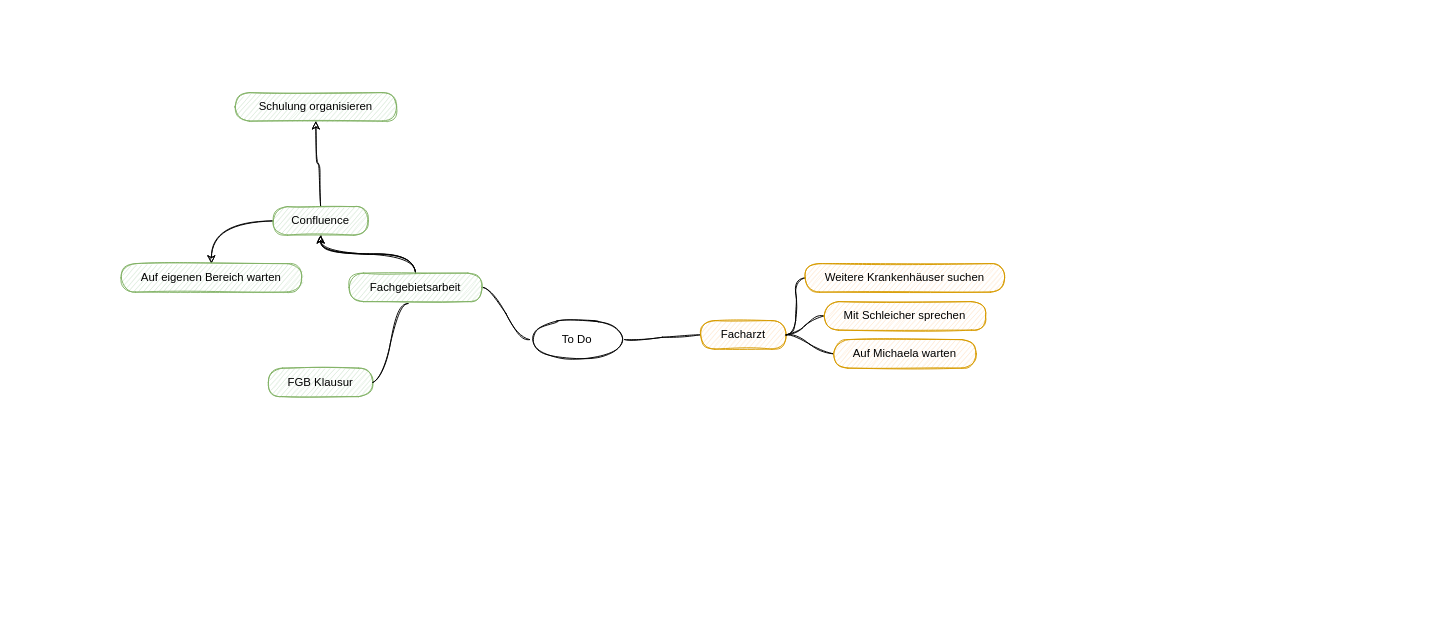
The draw.io diagram drawio/todo.drawio in jakobschumacher/graphs, before the edit. Source tidied: cells renumbered, new cells numbered last; positions are measured from the earlier drawing's top-left corner, leaving out a move shared by most shapes. Both pictures are drawn from the tidied source at 95%, with x=0, y=0 at pixel (121, 92).
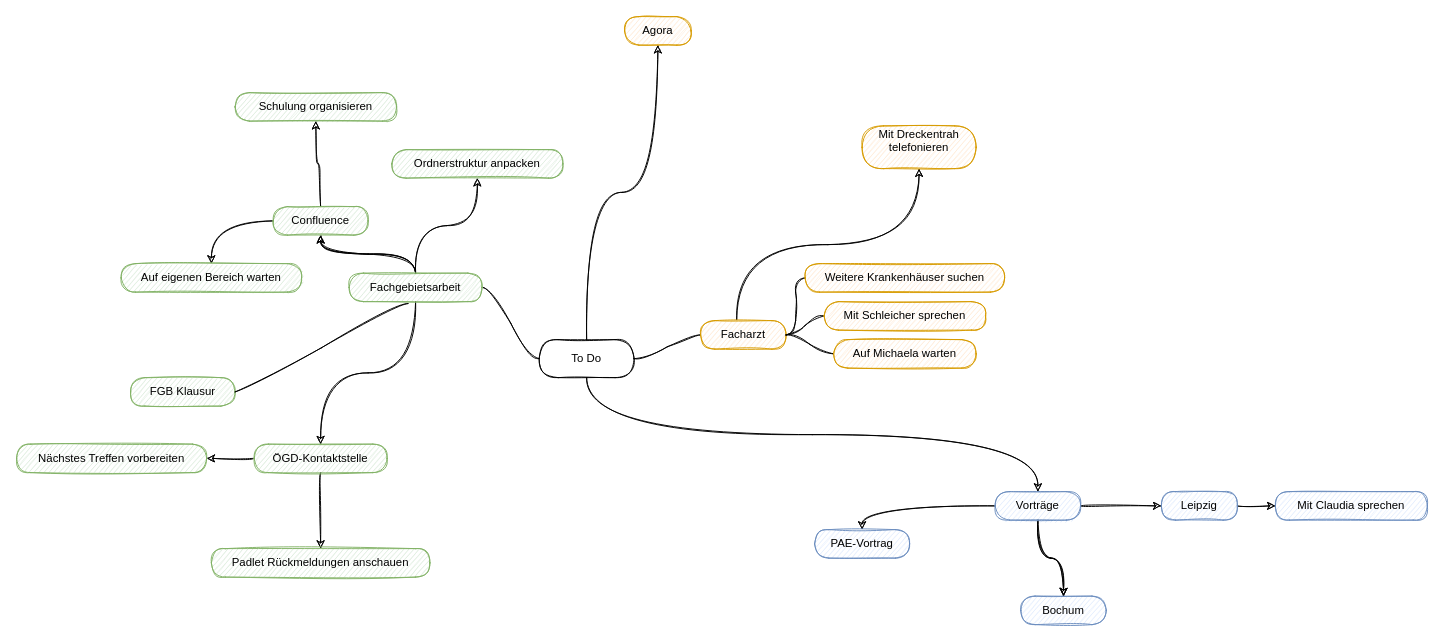
Above is the later version.

Unchanged cells that the change refers to:
```xml
<mxCell id="6" value="Fachgebietsarbeit" style="whiteSpace=wrap;html=1;rounded=1;arcSize=50;align=center;verticalAlign=middle;strokeWidth=1;spacing=4;newEdgeStyle={&quot;edgeStyle&quot;:&quot;entityRelationEdgeStyle&quot;,&quot;startArrow&quot;:&quot;none&quot;,&quot;endArrow&quot;:&quot;none&quot;,&quot;segment&quot;:10,&quot;curved&quot;:1};sketch=1;fillColor=#d5e8d4;strokeColor=#82b366;" parent="1" vertex="1">
  <mxGeometry x="240" y="190" width="140" height="30" as="geometry" />
</mxCell>
<mxCell id="10" value="Facharzt" style="whiteSpace=wrap;html=1;rounded=1;arcSize=50;align=center;verticalAlign=middle;strokeWidth=1;spacing=4;newEdgeStyle={&quot;edgeStyle&quot;:&quot;entityRelationEdgeStyle&quot;,&quot;startArrow&quot;:&quot;none&quot;,&quot;endArrow&quot;:&quot;none&quot;,&quot;segment&quot;:10,&quot;curved&quot;:1};sketch=1;fillColor=#ffe6cc;strokeColor=#d79b00;" parent="1" vertex="1">
  <mxGeometry x="610" y="240" width="90" height="30" as="geometry" />
</mxCell>
```

What changed in the source:
```diff
@@
+    <mxCell id="22" style="edgeStyle=orthogonalEdgeStyle;curved=1;rounded=1;sketch=1;jettySize=auto;html=1;exitX=0.5;exitY=1;exitDx=0;exitDy=0;" parent="1" edge="1" source="3" target="32">
+      <mxGeometry relative="1" as="geometry" />
+    </mxCell>
+    <mxCell id="23" style="edgeStyle=orthogonalEdgeStyle;curved=1;rounded=1;sketch=1;jettySize=auto;html=1;exitX=0.5;exitY=0;exitDx=0;exitDy=0;" parent="1" edge="1" source="3" target="38">
+      <mxGeometry relative="1" as="geometry" />
+    </mxCell>
-    <mxCell id="3" value="To Do" style="ellipse;whiteSpace=wrap;html=1;align=center;newEdgeStyle={&quot;edgeStyle&quot;:&quot;entityRelationEdgeStyle&quot;,&quot;startArrow&quot;:&quot;none&quot;,&quot;endArrow&quot;:&quot;none&quot;,&quot;segment&quot;:10,&quot;curved&quot;:1};rounded=1;sketch=1;" parent="1" vertex="1">
-      <mxGeometry x="430" y="240" width="100" height="40" as="geometry" />
+    <mxCell id="3" value="To Do" style="whiteSpace=wrap;html=1;rounded=1;arcSize=50;align=center;verticalAlign=middle;strokeWidth=1;spacing=4;newEdgeStyle={&quot;edgeStyle&quot;:&quot;entityRelationEdgeStyle&quot;,&quot;startArrow&quot;:&quot;none&quot;,&quot;endArrow&quot;:&quot;none&quot;,&quot;segment&quot;:10,&quot;curved&quot;:1};sketch=1;" parent="1" vertex="1">
+      <mxGeometry x="440" y="260" width="100" height="40" as="geometry" />
     </mxCell>
@@
+    <mxCell id="24" style="edgeStyle=orthogonalEdgeStyle;rounded=1;jettySize=auto;html=1;sketch=1;curved=1;" parent="1" edge="1" source="6" target="27">
+      <mxGeometry relative="1" as="geometry" />
+    </mxCell>
+    <mxCell id="25" style="edgeStyle=orthogonalEdgeStyle;curved=1;rounded=1;sketch=1;jettySize=auto;html=1;" parent="1" edge="1" source="6" target="42">
+      <mxGeometry relative="1" as="geometry" />
+    </mxCell>
@@
     <mxCell id="7" value="FGB Klausur" style="whiteSpace=wrap;html=1;rounded=1;arcSize=50;align=center;verticalAlign=middle;strokeWidth=1;spacing=4;newEdgeStyle={&quot;edgeStyle&quot;:&quot;entityRelationEdgeStyle&quot;,&quot;startArrow&quot;:&quot;none&quot;,&quot;endArrow&quot;:&quot;none&quot;,&quot;segment&quot;:10,&quot;curved&quot;:1};sketch=1;fillColor=#d5e8d4;strokeColor=#82b366;" parent="1" vertex="1">
-      <mxGeometry x="155" y="290" width="110" height="30" as="geometry" />
+      <mxGeometry x="10" y="300" width="110" height="30" as="geometry" />
     </mxCell>
@@
+    <mxCell id="26" style="edgeStyle=orthogonalEdgeStyle;curved=1;rounded=1;sketch=1;jettySize=auto;html=1;exitX=0.422;exitY=-0.033;exitDx=0;exitDy=0;exitPerimeter=0;" parent="1" edge="1" source="10" target="39">
+      <mxGeometry relative="1" as="geometry" />
+    </mxCell>
@@
+    <mxCell id="27" value="Ordnerstruktur anpacken" style="whiteSpace=wrap;html=1;rounded=1;arcSize=50;align=center;verticalAlign=middle;strokeWidth=1;spacing=4;newEdgeStyle={&quot;edgeStyle&quot;:&quot;entityRelationEdgeStyle&quot;,&quot;startArrow&quot;:&quot;none&quot;,&quot;endArrow&quot;:&quot;none&quot;,&quot;segment&quot;:10,&quot;curved&quot;:1};sketch=1;fillColor=#d5e8d4;strokeColor=#82b366;" parent="1" vertex="1">
+      <mxGeometry x="285" y="60" width="180" height="30" as="geometry" />
+    </mxCell>
+    <mxCell id="28" style="edgeStyle=orthogonalEdgeStyle;curved=1;rounded=1;sketch=1;jettySize=auto;html=1;" parent="1" edge="1" source="32" target="33">
+      <mxGeometry relative="1" as="geometry" />
+    </mxCell>
+    <mxCell id="29" style="edgeStyle=orthogonalEdgeStyle;curved=1;rounded=1;sketch=1;jettySize=auto;html=1;" parent="1" edge="1" source="32" target="33">
+      <mxGeometry relative="1" as="geometry" />
+    </mxCell>
+    <mxCell id="30" style="edgeStyle=orthogonalEdgeStyle;curved=1;rounded=1;sketch=1;jettySize=auto;html=1;" parent="1" edge="1" source="32" target="35">
+      <mxGeometry relative="1" as="geometry" />
+    </mxCell>
+    <mxCell id="31" style="edgeStyle=orthogonalEdgeStyle;curved=1;rounded=1;sketch=1;jettySize=auto;html=1;" parent="1" edge="1" source="32" target="36">
+      <mxGeometry relative="1" as="geometry" />
+    </mxCell>
+    <mxCell id="32" value="Vorträge" style="whiteSpace=wrap;html=1;rounded=1;arcSize=50;align=center;verticalAlign=middle;strokeWidth=1;spacing=4;newEdgeStyle={&quot;edgeStyle&quot;:&quot;entityRelationEdgeStyle&quot;,&quot;startArrow&quot;:&quot;none&quot;,&quot;endArrow&quot;:&quot;none&quot;,&quot;segment&quot;:10,&quot;curved&quot;:1};sketch=1;fillColor=#dae8fc;strokeColor=#6c8ebf;" parent="1" vertex="1">
+      <mxGeometry x="920" y="420" width="90" height="30" as="geometry" />
+    </mxCell>
+    <mxCell id="33" value="Bochum" style="whiteSpace=wrap;html=1;rounded=1;arcSize=50;align=center;verticalAlign=middle;strokeWidth=1;spacing=4;newEdgeStyle={&quot;edgeStyle&quot;:&quot;entityRelationEdgeStyle&quot;,&quot;startArrow&quot;:&quot;none&quot;,&quot;endArrow&quot;:&quot;none&quot;,&quot;segment&quot;:10,&quot;curved&quot;:1};sketch=1;fillColor=#dae8fc;strokeColor=#6c8ebf;" parent="1" vertex="1" collapsed="1">
+      <mxGeometry x="947" y="530" width="90" height="30" as="geometry" />
+    </mxCell>
+    <mxCell id="34" style="edgeStyle=orthogonalEdgeStyle;curved=1;rounded=1;sketch=1;jettySize=auto;html=1;" parent="1" edge="1" source="35" target="37">
+      <mxGeometry relative="1" as="geometry" />
+    </mxCell>
+    <mxCell id="35" value="Leipzig" style="whiteSpace=wrap;html=1;rounded=1;arcSize=50;align=center;verticalAlign=middle;strokeWidth=1;spacing=4;newEdgeStyle={&quot;edgeStyle&quot;:&quot;entityRelationEdgeStyle&quot;,&quot;startArrow&quot;:&quot;none&quot;,&quot;endArrow&quot;:&quot;none&quot;,&quot;segment&quot;:10,&quot;curved&quot;:1};sketch=1;fillColor=#dae8fc;strokeColor=#6c8ebf;" parent="1" vertex="1">
+      <mxGeometry x="1095" y="420" width="80" height="30" as="geometry" />
+    </mxCell>
+    <mxCell id="36" value="PAE-Vortrag" style="whiteSpace=wrap;html=1;rounded=1;arcSize=50;align=center;verticalAlign=middle;strokeWidth=1;spacing=4;newEdgeStyle={&quot;edgeStyle&quot;:&quot;entityRelationEdgeStyle&quot;,&quot;startArrow&quot;:&quot;none&quot;,&quot;endArrow&quot;:&quot;none&quot;,&quot;segment&quot;:10,&quot;curved&quot;:1};sketch=1;fillColor=#dae8fc;strokeColor=#6c8ebf;" parent="1" vertex="1" collapsed="1">
+      <mxGeometry x="730" y="460" width="100" height="30" as="geometry" />
+    </mxCell>
+    <mxCell id="37" value="Mit Claudia sprechen" style="whiteSpace=wrap;html=1;rounded=1;arcSize=50;align=center;verticalAlign=middle;strokeWidth=1;spacing=4;newEdgeStyle={&quot;edgeStyle&quot;:&quot;entityRelationEdgeStyle&quot;,&quot;startArrow&quot;:&quot;none&quot;,&quot;endArrow&quot;:&quot;none&quot;,&quot;segment&quot;:10,&quot;curved&quot;:1};sketch=1;fillColor=#dae8fc;strokeColor=#6c8ebf;" parent="1" vertex="1">
+      <mxGeometry x="1215" y="420" width="160" height="30" as="geometry" />
+    </mxCell>
+    <mxCell id="38" value="Agora" style="whiteSpace=wrap;html=1;rounded=1;arcSize=50;align=center;verticalAlign=middle;strokeWidth=1;spacing=4;newEdgeStyle={&quot;edgeStyle&quot;:&quot;entityRelationEdgeStyle&quot;,&quot;startArrow&quot;:&quot;none&quot;,&quot;endArrow&quot;:&quot;none&quot;,&quot;segment&quot;:10,&quot;curved&quot;:1};sketch=1;fillColor=#ffe6cc;strokeColor=#d79b00;" parent="1" vertex="1">
+      <mxGeometry x="530" y="-80" width="70" height="30" as="geometry" />
+    </mxCell>
+    <mxCell id="39" value="&lt;div&gt;Mit Dreckentrah telefonieren&lt;/div&gt;&lt;div&gt;&lt;br&gt;&lt;/div&gt;" style="whiteSpace=wrap;html=1;rounded=1;arcSize=50;align=center;verticalAlign=middle;strokeWidth=1;spacing=4;newEdgeStyle={&quot;edgeStyle&quot;:&quot;entityRelationEdgeStyle&quot;,&quot;startArrow&quot;:&quot;none&quot;,&quot;endArrow&quot;:&quot;none&quot;,&quot;segment&quot;:10,&quot;curved&quot;:1};sketch=1;fillColor=#ffe6cc;strokeColor=#d79b00;" parent="1" vertex="1">
+      <mxGeometry x="780" y="35" width="120" height="45" as="geometry" />
+    </mxCell>
+    <mxCell id="40" style="edgeStyle=orthogonalEdgeStyle;curved=1;rounded=1;sketch=1;jettySize=auto;html=1;" parent="1" edge="1" source="42" target="43">
+      <mxGeometry relative="1" as="geometry" />
+    </mxCell>
+    <mxCell id="41" style="edgeStyle=orthogonalEdgeStyle;curved=1;rounded=1;sketch=1;jettySize=auto;html=1;" parent="1" edge="1" source="42" target="44">
+      <mxGeometry relative="1" as="geometry" />
+    </mxCell>
+    <mxCell id="42" value="ÖGD-Kontaktstelle" style="whiteSpace=wrap;html=1;rounded=1;arcSize=50;align=center;verticalAlign=middle;strokeWidth=1;spacing=4;newEdgeStyle={&quot;edgeStyle&quot;:&quot;entityRelationEdgeStyle&quot;,&quot;startArrow&quot;:&quot;none&quot;,&quot;endArrow&quot;:&quot;none&quot;,&quot;segment&quot;:10,&quot;curved&quot;:1};sketch=1;fillColor=#d5e8d4;strokeColor=#82b366;" parent="1" vertex="1">
+      <mxGeometry x="140" y="370" width="140" height="30" as="geometry" />
+    </mxCell>
+    <mxCell id="43" value="Padlet Rückmeldungen anschauen" style="whiteSpace=wrap;html=1;rounded=1;arcSize=50;align=center;verticalAlign=middle;strokeWidth=1;spacing=4;newEdgeStyle={&quot;edgeStyle&quot;:&quot;entityRelationEdgeStyle&quot;,&quot;startArrow&quot;:&quot;none&quot;,&quot;endArrow&quot;:&quot;none&quot;,&quot;segment&quot;:10,&quot;curved&quot;:1};sketch=1;fillColor=#d5e8d4;strokeColor=#82b366;" parent="1" vertex="1">
+      <mxGeometry x="95" y="480" width="230" height="30" as="geometry" />
+    </mxCell>
+    <mxCell id="44" value="Nächstes Treffen vorbereiten" style="whiteSpace=wrap;html=1;rounded=1;arcSize=50;align=center;verticalAlign=middle;strokeWidth=1;spacing=4;newEdgeStyle={&quot;edgeStyle&quot;:&quot;entityRelationEdgeStyle&quot;,&quot;startArrow&quot;:&quot;none&quot;,&quot;endArrow&quot;:&quot;none&quot;,&quot;segment&quot;:10,&quot;curved&quot;:1};sketch=1;fillColor=#d5e8d4;strokeColor=#82b366;" parent="1" vertex="1">
+      <mxGeometry x="-110" y="370" width="200" height="30" as="geometry" />
+    </mxCell>
```
